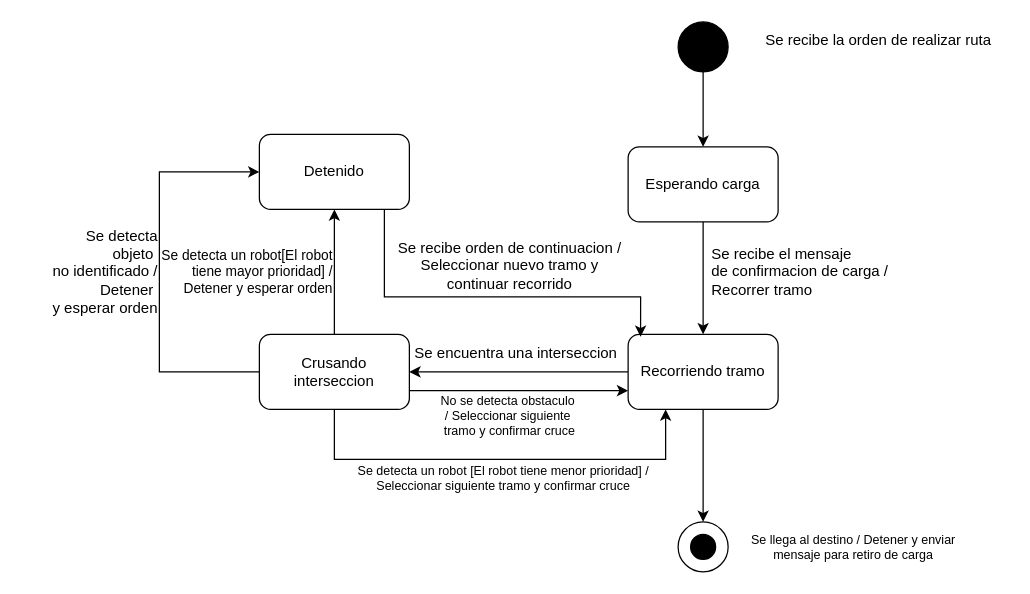
This is DTE /Ejercicio_Adicional_1.drawio from imnotsetro/IDS-1, a draw.io file, before an edit. Source tidied: cells renumbered, new cells numbered last; positions are measured from the earlier drawing's top-left corner, leaving out a move shared by most shapes. Both pictures are drawn from the tidied source at 125%, with x=0, y=0 at pixel (21, 21).
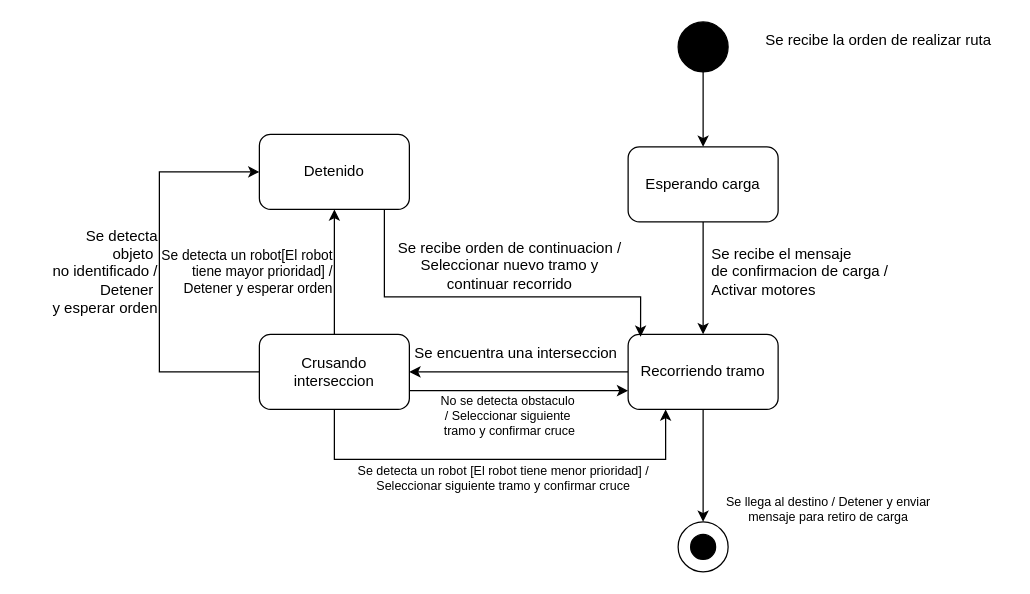
The same diagram, later.

Change to the diagram source:
```diff
@@
-    <mxCell id="10" value="&lt;div&gt;Se recibe el mensaje&lt;/div&gt;&lt;div&gt;de confirmacion de carga /&lt;/div&gt;&lt;div&gt;Recorrer tramo&lt;br&gt;&lt;/div&gt;" style="text;html=1;align=left;verticalAlign=middle;strokeColor=none;fillColor=none;" parent="1" vertex="1">
+    <mxCell id="10" value="&lt;div&gt;Se recibe el mensaje&lt;/div&gt;&lt;div&gt;de confirmacion de carga /&lt;/div&gt;&lt;div&gt;Activar motores&lt;br&gt;&lt;/div&gt;" style="text;html=1;align=left;verticalAlign=middle;strokeColor=none;fillColor=none;" parent="1" vertex="1">
       <mxGeometry x="550" y="170" width="170" height="60" as="geometry" />
     </mxCell>
@@
     <mxCell id="26" value="&lt;div&gt;Se llega al destino / Detener y enviar&lt;/div&gt;&lt;div&gt;mensaje para retiro de carga&lt;br&gt;&lt;/div&gt;" style="text;html=1;align=center;verticalAlign=middle;strokeColor=none;fillColor=none;fontSize=10;" parent="1" vertex="1">
-      <mxGeometry x="565" y="400" width="200" height="40" as="geometry" />
+      <mxGeometry x="545" y="370" width="200" height="40" as="geometry" />
     </mxCell>
```
